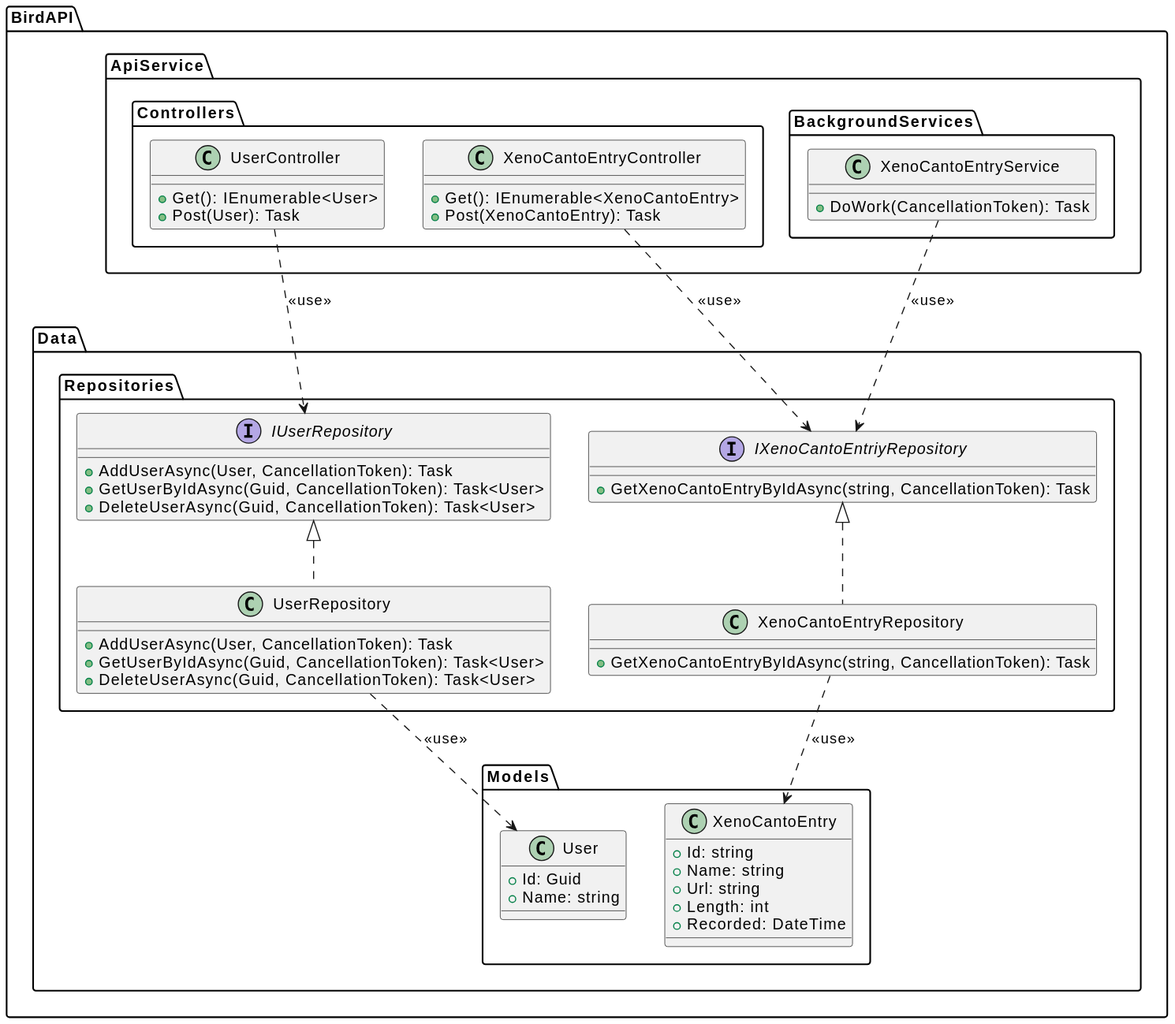
Above: documentation/puml_rendered/documentation/Entwurf.svg in BioAcoustics/BirdAPI (PlantUML), before the change.
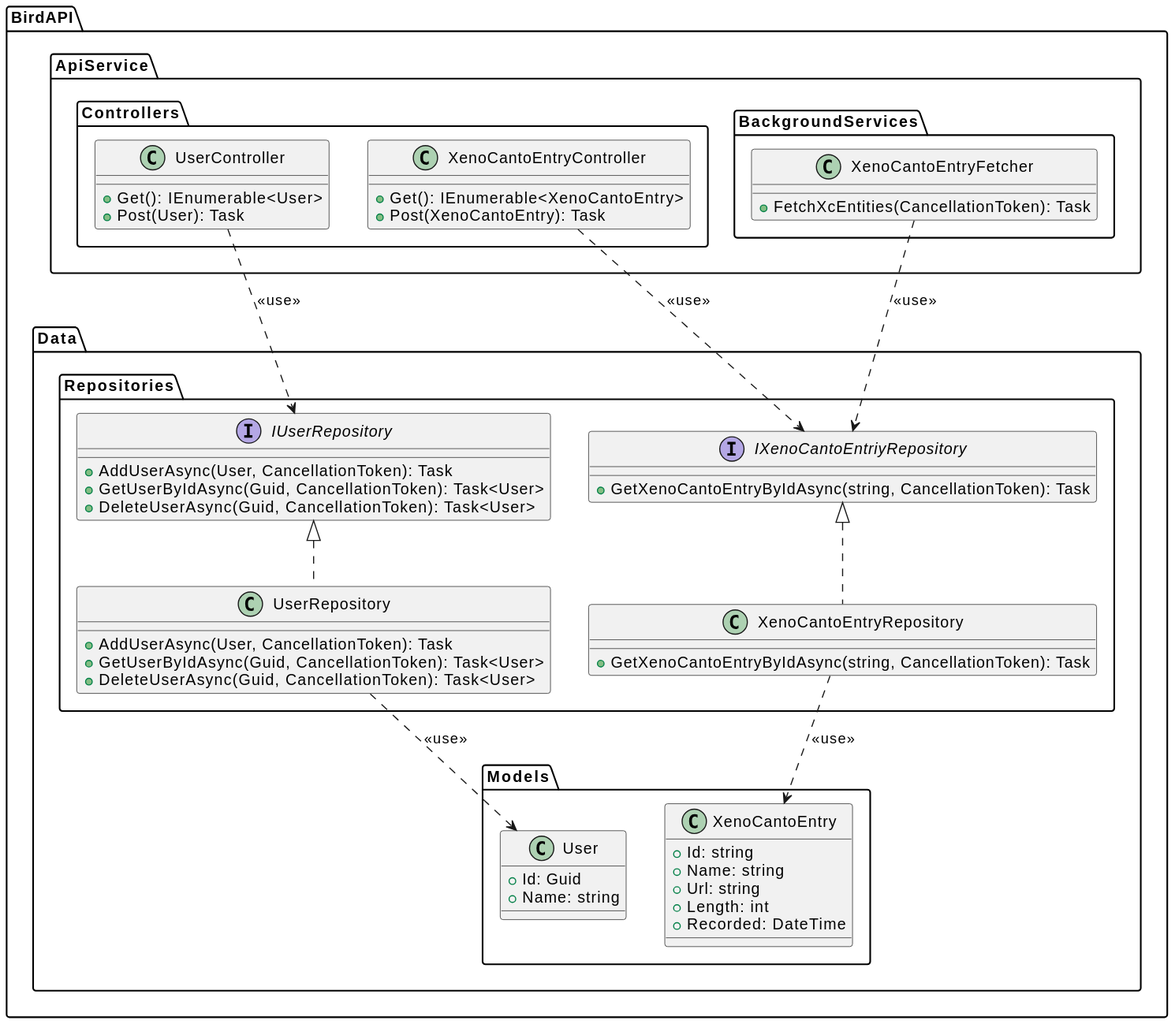
Later version of the same file.

Commit message:
Rendered SVGs from PUML files

The edit, as a diff of the source:
```diff
@@ -12,8 +12,8 @@
 }
 
 package BirdAPI.ApiService.BackgroundServices {
-    class XenoCantoEntryService {
-        +DoWork(CancellationToken): Task
+    class XenoCantoEntryFetcher {
+        +FetchXcEntities(CancellationToken): Task
     }
 }
 
@@ -62,7 +62,7 @@
 XenoCantoEntryRepository ..> XenoCantoEntry : <<use>>
 
 
-XenoCantoEntryService ..> IXenoCantoEntriyRepository : <<use>>
+XenoCantoEntryFetcher ..> IXenoCantoEntriyRepository : <<use>>
 UserController ..> IUserRepository : <<use>>
 XenoCantoEntryController ..> IXenoCantoEntriyRepository : <<use>>
 @enduml
```
